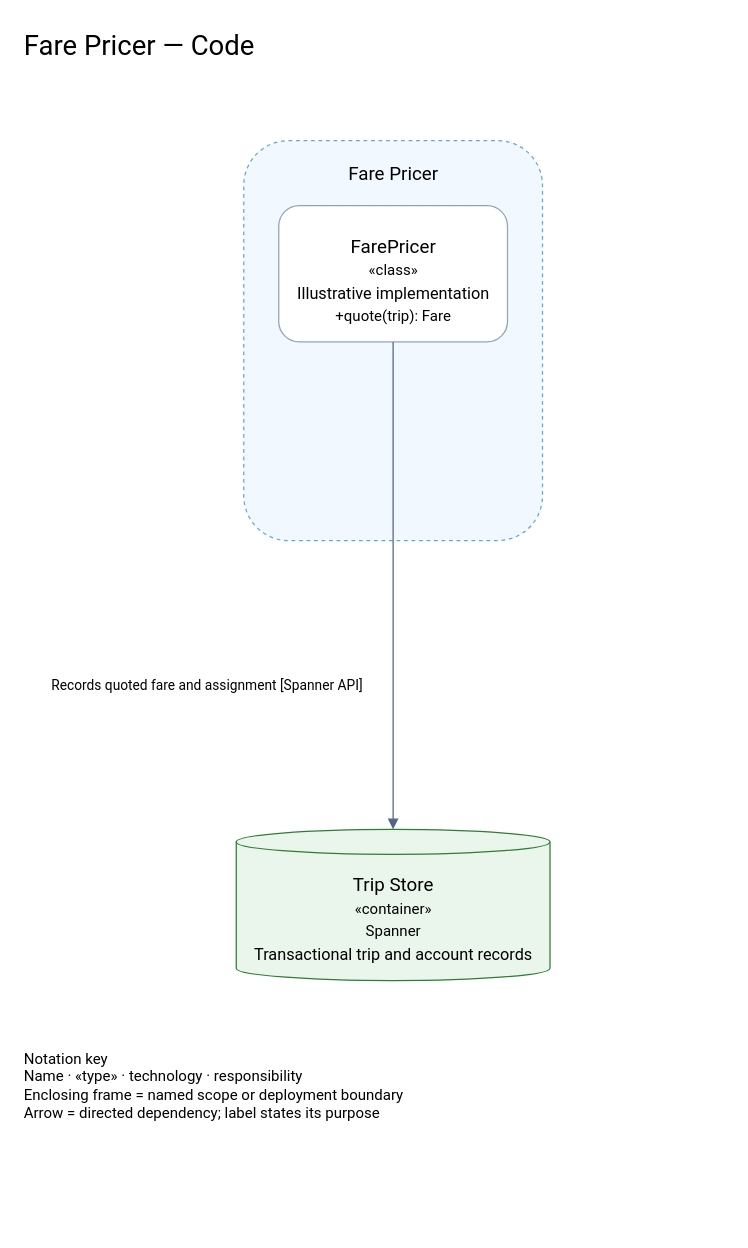
Earlier version of the draw.io diagram examples/gcp-suite/c4-diagrams/04-code/code-fare-pricer.drawio (tyler59simon/architecture-suite-plugin). Source tidied: cells renumbered, new cells numbered last; positions are measured from the earlier drawing's top-left corner, leaving out a move shared by most shapes. Both pictures are drawn from the tidied source at 125%, with x=0, y=0 at pixel (21, 21). Pictures stored in the file or linked from it are replaced by grey dashed boxes.
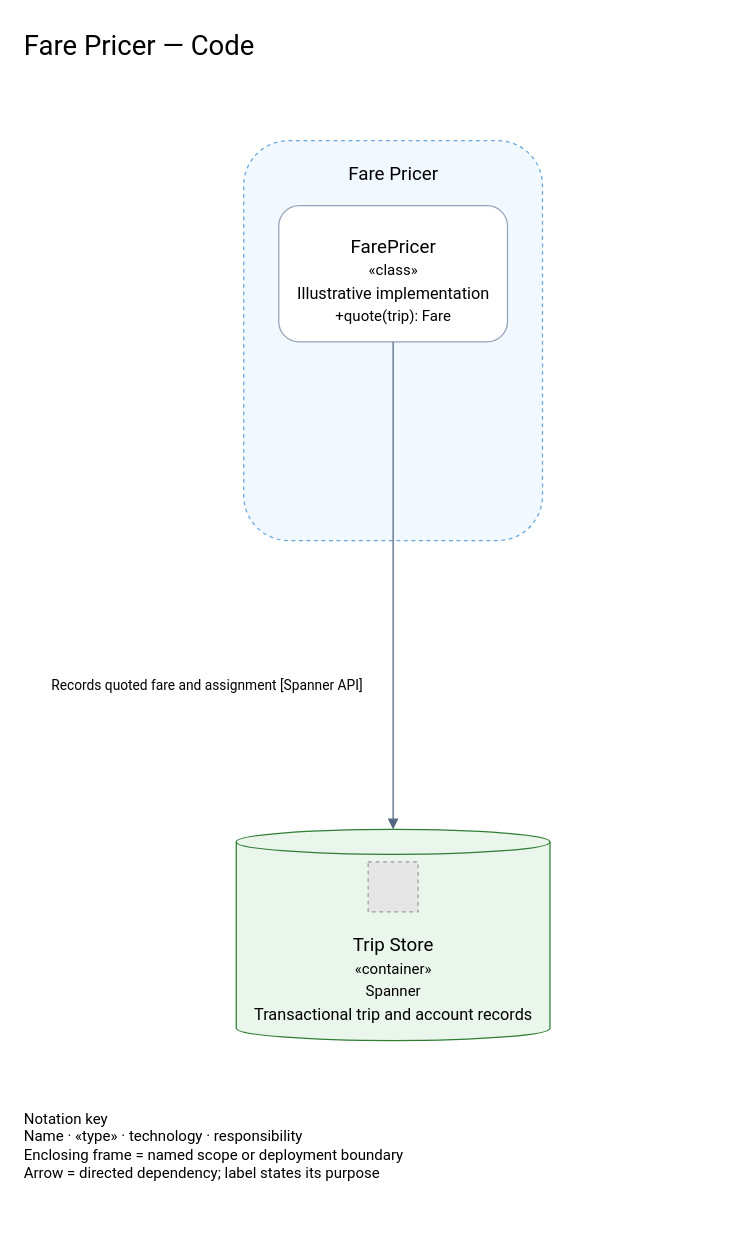
Above is the later version.

What changed in the source:
```diff
@@
 <mxGraphModel>
   <root>
     <mxCell id="0" />
     <mxCell id="1" parent="0" />
     <mxCell id="2" value="Fare Pricer — Code" style="text;html=1;fontSize=22;align=left;fontFamily=Roboto;" parent="1" vertex="1">
       <mxGeometry width="564" height="55" as="geometry" />
     </mxCell>
     <mxCell id="3" style="shape=cylinder3;boundedLbl=1;backgroundOutline=1;size=10;fillColor=#eaf6ec;strokeColor=#2e7d32;dashed=0;" parent="1" vertex="1">
-      <mxGeometry x="171.5" y="646" width="251" height="121" as="geometry" />
+      <mxGeometry x="171.5" y="646" width="251" height="169" as="geometry" />
     </mxCell>
     <mxCell id="4" value="Trip Store" style="text;html=1;align=center;fontSize=15;fontFamily=Roboto;spacing=0;" parent="3" vertex="1">
-      <mxGeometry y="31" width="251" height="22" as="geometry" />
+      <mxGeometry y="79" width="251" height="22" as="geometry" />
     </mxCell>
     <mxCell id="5" value="«container»" style="text;html=1;align=center;fontSize=12;fontFamily=Roboto;spacing=0;" parent="3" vertex="1">
-      <mxGeometry y="52" width="251" height="18" as="geometry" />
+      <mxGeometry y="100" width="251" height="18" as="geometry" />
     </mxCell>
     <mxCell id="6" value="Spanner" style="text;html=1;align=center;fontSize=12;fontFamily=Roboto;spacing=0;" parent="3" vertex="1">
-      <mxGeometry y="70" width="251" height="18" as="geometry" />
+      <mxGeometry y="118" width="251" height="18" as="geometry" />
     </mxCell>
     <mxCell id="7" value="Transactional trip and account records" style="text;html=1;align=center;fontSize=13;fontFamily=Roboto;spacing=0;" parent="3" vertex="1">
-      <mxGeometry y="88" width="251" height="19" as="geometry" />
+      <mxGeometry y="136" width="251" height="19" as="geometry" />
     </mxCell>
+    <mxCell id="18" style="fillColor=#E6E6E6;strokeColor=#999999;dashed=1;" parent="3" vertex="1">
+      <mxGeometry x="105.5" y="26" width="40" height="40" as="geometry" />
+    </mxCell>
     <mxCell id="8" style="rounded=1;fillColor=#f2f8ff;strokeColor=#65a6df;dashed=1;" parent="1" vertex="1">
       <mxGeometry x="177.5" y="95" width="239" height="320" as="geometry" />
     </mxCell>
     <mxCell id="9" value="Fare Pricer" style="text;html=1;align=center;fontSize=15;fontFamily=Roboto;spacing=0;" parent="8" vertex="1">
       <mxGeometry y="13" width="239" height="22" as="geometry" />
     </mxCell>
     <mxCell id="10" style="rounded=1;fillColor=#ffffff;strokeColor=#94a3b8;dashed=0;" parent="8" vertex="1">
       <mxGeometry x="28" y="52" width="183" height="109" as="geometry" />
     </mxCell>
     <mxCell id="11" value="FarePricer" style="text;html=1;align=center;fontSize=15;fontFamily=Roboto;spacing=0;" parent="10" vertex="1">
       <mxGeometry y="19" width="183" height="22" as="geometry" />
     </mxCell>
     <mxCell id="12" value="«class»" style="text;html=1;align=center;fontSize=12;fontFamily=Roboto;spacing=0;" parent="10" vertex="1">
       <mxGeometry y="40" width="183" height="18" as="geometry" />
     </mxCell>
     <mxCell id="13" value="Illustrative implementation" style="text;html=1;align=center;fontSize=13;fontFamily=Roboto;spacing=0;" parent="10" vertex="1">
       <mxGeometry y="58" width="183" height="19" as="geometry" />
     </mxCell>
     <mxCell id="14" value="+quote(trip): Fare" style="text;html=1;align=center;fontSize=12;fontFamily=Roboto;spacing=0;" parent="10" vertex="1">
       <mxGeometry y="77" width="183" height="18" as="geometry" />
     </mxCell>
     <mxCell id="15" style="endArrow=block;dashed=0;rounded=0;strokeColor=#526580;exitX=0.5;exitY=1.0;exitPerimeter=0;entryX=0.5;entryY=0.0;entryPerimeter=0;noEdgeStyle=1;" parent="1" edge="1" source="10" target="3">
       <mxGeometry relative="1" as="geometry" />
     </mxCell>
     <mxCell id="16" value="Records quoted fare and assignment [Spanner API]" style="text;html=1;fillColor=#ffffff;fontSize=11;fontFamily=Roboto;spacing=0;" parent="1" vertex="1">
       <mxGeometry x="24" y="520" width="271" height="26" as="geometry" />
     </mxCell>
     <mxCell id="17" value="Notation key&lt;br&gt;Name · «type» · technology · responsibility&lt;br&gt;Enclosing frame = named scope or deployment boundary&lt;br&gt;Arrow = directed dependency; label states its purpose" style="text;html=1;align=left;fontSize=12;fontFamily=Roboto;" parent="1" vertex="1">
-      <mxGeometry y="816" width="560" height="100" as="geometry" />
+      <mxGeometry y="864" width="560" height="100" as="geometry" />
     </mxCell>
   </root>
 </mxGraphModel>
```
